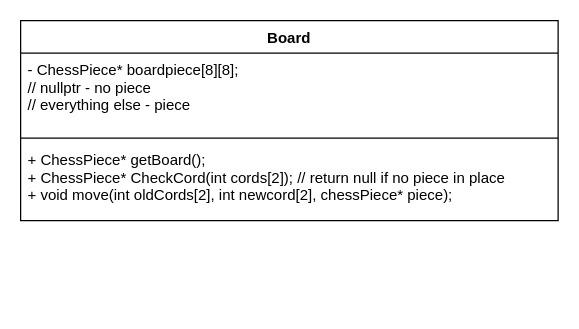
Above: page "Chess Board" (2 of 2) of Untitled Diagram.drawio in nadav26740/checkmate-adamnadav (draw.io), before the change. Source tidied: cells renumbered, new cells numbered last; positions are measured from the earlier drawing's top-left corner, leaving out a move shared by most shapes. Both pictures are drawn from the tidied source at 125%, with x=0, y=0 at pixel (20, 20).
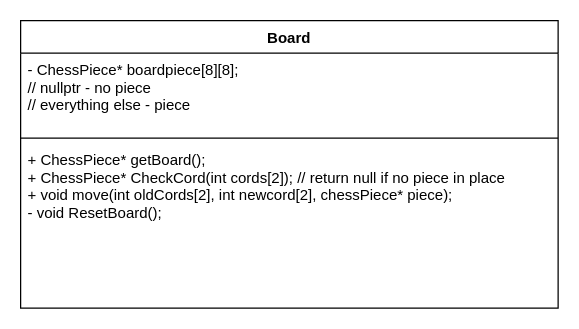
The same page after the edit.

What changed in the source:
```diff
@@
 <mxGraphModel>
   <root>
     <mxCell id="0" />
     <mxCell id="1" parent="0" />
     <mxCell id="2" value="Board&#10;" style="swimlane;fontStyle=1;align=center;verticalAlign=top;horizontal=1;startSize=26;rounded=0;shadow=0;glass=0;sketch=0;strokeColor=#000000;" parent="1" vertex="1">
-      <mxGeometry width="430" height="160" as="geometry" />
+      <mxGeometry width="430" height="230" as="geometry" />
     </mxCell>
     <mxCell id="3" value="- ChessPiece* boardpiece[8][8];&#10;// nullptr - no piece&#10;// everything else - piece&#10;" style="text;strokeColor=none;fillColor=none;align=left;verticalAlign=top;spacingLeft=4;spacingRight=4;overflow=hidden;" parent="2" vertex="1">
       <mxGeometry y="26" width="430" height="64" as="geometry" />
     </mxCell>
     <mxCell id="4" style="line;strokeWidth=1;fillColor=none;align=left;verticalAlign=middle;spacingTop=-1;spacingLeft=3;spacingRight=3;labelPosition=right;" parent="2" vertex="1">
       <mxGeometry y="90" width="430" height="8" as="geometry" />
     </mxCell>
-    <mxCell id="5" value="+ ChessPiece* getBoard();&#10;+ ChessPiece* CheckCord(int cords[2]); // return null if no piece in place&#10;+ void move(int oldCords[2], int newcord[2], chessPiece* piece);" style="text;strokeColor=none;fillColor=none;align=left;verticalAlign=top;spacingLeft=4;spacingRight=4;overflow=hidden;" parent="2" vertex="1">
-      <mxGeometry y="98" width="430" height="62" as="geometry" />
+    <mxCell id="5" value="+ ChessPiece* getBoard();&#10;+ ChessPiece* CheckCord(int cords[2]); // return null if no piece in place&#10;+ void move(int oldCords[2], int newcord[2], chessPiece* piece);&#10;- void ResetBoard();&#10;" style="text;strokeColor=none;fillColor=none;align=left;verticalAlign=top;spacingLeft=4;spacingRight=4;overflow=hidden;" parent="2" vertex="1">
+      <mxGeometry y="98" width="430" height="132" as="geometry" />
     </mxCell>
   </root>
 </mxGraphModel>
```
